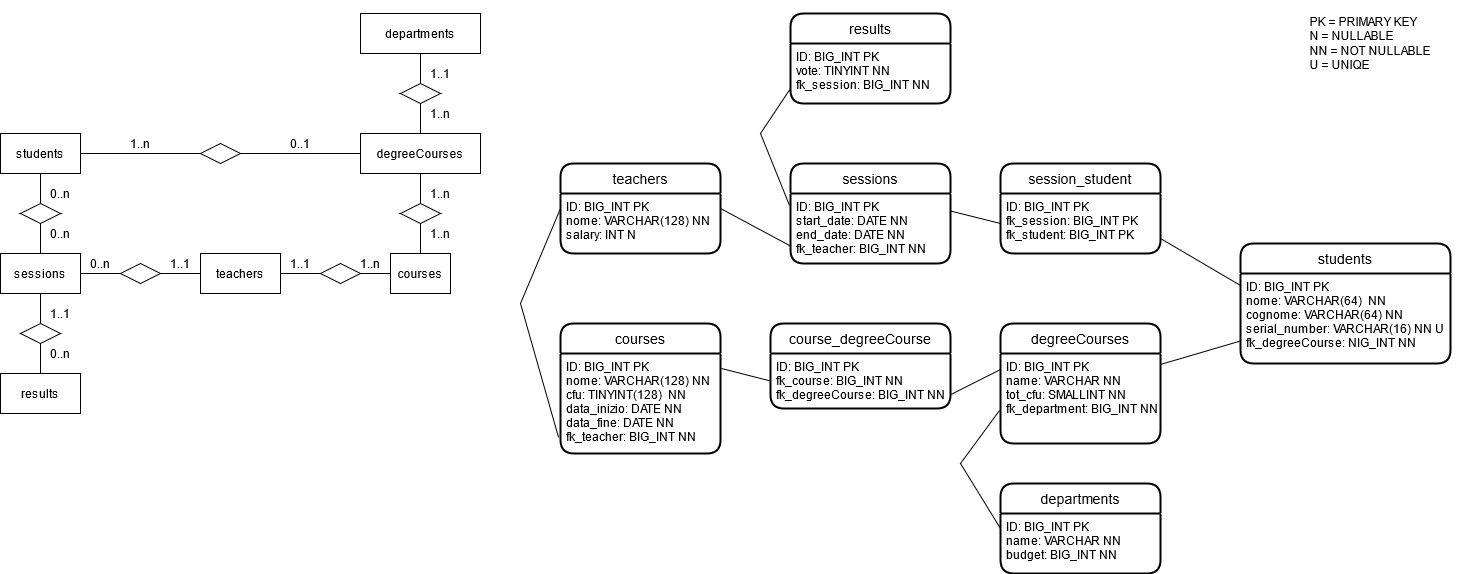
Earlier version of the draw.io export University.png (Lorenzo-Fratini/db-university). Source tidied: cells renumbered, new cells last; positions are measured from the earlier drawing's top-left corner, leaving out a move shared by most shapes.
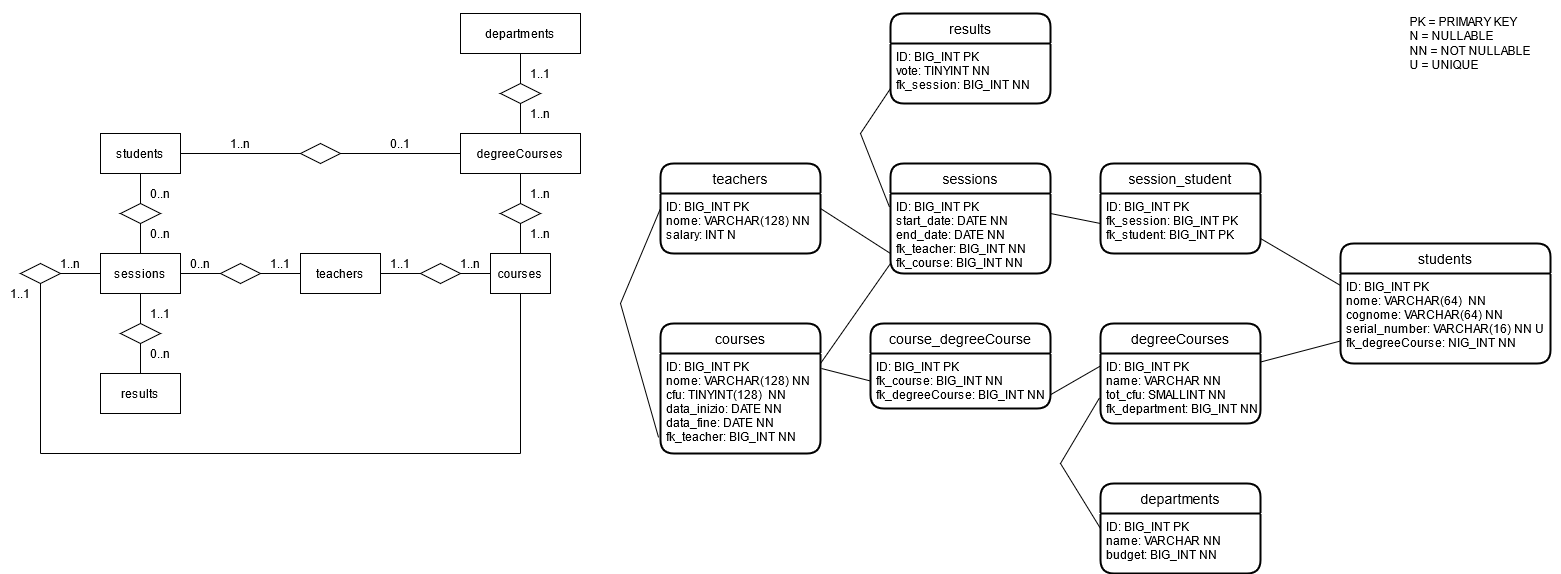
Later version of the same file.

Diff of the diagram source:
```diff
@@ -165,10 +165,10 @@
       <mxGeometry y="30" width="160" height="60" as="geometry" />
     </mxCell>
     <mxCell id="54" value="degreeCourses" style="swimlane;horizontal=1;startSize=30;rounded=1;fontSize=14;fontStyle=0;strokeWidth=2;shadow=0;dashed=0;align=center;" parent="1" vertex="1">
-      <mxGeometry x="1000" y="310" width="160" height="120" as="geometry" />
+      <mxGeometry x="1000" y="310" width="160" height="100" as="geometry" />
     </mxCell>
     <mxCell id="55" value="ID: BIG_INT PK&#10;name: VARCHAR NN&#10;tot_cfu: SMALLINT NN&#10;fk_department: BIG_INT NN&#10;" style="align=left;strokeColor=none;fillColor=none;spacingLeft=4;fontSize=12;verticalAlign=top;" parent="54" vertex="1">
-      <mxGeometry y="30" width="160" height="90" as="geometry" />
+      <mxGeometry y="30" width="160" height="70" as="geometry" />
     </mxCell>
     <mxCell id="56" style="endArrow=none;html=1;rounded=0;exitX=-0.006;exitY=0.633;exitDx=0;exitDy=0;exitPerimeter=0;entryX=0;entryY=0.25;entryDx=0;entryDy=0;" parent="1" edge="1" source="55" target="53">
       <mxGeometry relative="1" as="geometry">
@@ -209,10 +209,10 @@
       </mxGeometry>
     </mxCell>
     <mxCell id="66" value="sessions" style="swimlane;horizontal=1;startSize=30;rounded=1;fontSize=14;fontStyle=0;strokeWidth=2;shadow=0;dashed=0;align=center;" parent="1" vertex="1">
-      <mxGeometry x="790" y="150" width="160" height="100" as="geometry" />
+      <mxGeometry x="790" y="150" width="160" height="110" as="geometry" />
     </mxCell>
-    <mxCell id="67" value="ID: BIG_INT PK&#10;start_date: DATE NN&#10;end_date: DATE NN&#10;fk_teacher: BIG_INT NN&#10;" style="align=left;strokeColor=none;fillColor=none;spacingLeft=4;fontSize=12;verticalAlign=top;" parent="66" vertex="1">
-      <mxGeometry y="30" width="160" height="70" as="geometry" />
+    <mxCell id="67" value="ID: BIG_INT PK&#10;start_date: DATE NN&#10;end_date: DATE NN&#10;fk_teacher: BIG_INT NN&#10;fk_course: BIG_INT NN&#10;" style="align=left;strokeColor=none;fillColor=none;spacingLeft=4;fontSize=12;verticalAlign=top;" parent="66" vertex="1">
+      <mxGeometry y="30" width="160" height="80" as="geometry" />
     </mxCell>
     <mxCell id="68" style="endArrow=none;html=1;rounded=0;exitX=1;exitY=0.25;exitDx=0;exitDy=0;entryX=0;entryY=0.75;entryDx=0;entryDy=0;" parent="1" edge="1" source="64" target="67">
       <mxGeometry relative="1" as="geometry" />
@@ -251,8 +251,39 @@
     <mxCell id="78" style="endArrow=none;html=1;rounded=0;exitX=1;exitY=0.122;exitDx=0;exitDy=0;exitPerimeter=0;entryX=0;entryY=0.75;entryDx=0;entryDy=0;" parent="1" edge="1" source="55" target="70">
       <mxGeometry relative="1" as="geometry" />
     </mxCell>
-    <mxCell id="79" value="&lt;div align=&quot;left&quot;&gt;&lt;br&gt;&lt;/div&gt;&lt;div align=&quot;left&quot;&gt;PK = PRIMARY KEY&lt;br&gt;&lt;/div&gt;&lt;div align=&quot;left&quot;&gt;N = NULLABLE&lt;/div&gt;&lt;div align=&quot;left&quot;&gt;NN = NOT NULLABLE&lt;/div&gt;&lt;div align=&quot;left&quot;&gt;U = UNIQE&lt;br&gt;&lt;/div&gt;&lt;div align=&quot;left&quot;&gt;&lt;br&gt;&lt;/div&gt;" style="text;html=1;strokeColor=none;fillColor=none;align=center;verticalAlign=middle;whiteSpace=wrap;rounded=0;" parent="1" vertex="1">
+    <mxCell id="79" value="&lt;div align=&quot;left&quot;&gt;&lt;br&gt;&lt;/div&gt;&lt;div align=&quot;left&quot;&gt;PK = PRIMARY KEY&lt;br&gt;&lt;/div&gt;&lt;div align=&quot;left&quot;&gt;N = NULLABLE&lt;/div&gt;&lt;div align=&quot;left&quot;&gt;NN = NOT NULLABLE&lt;/div&gt;&lt;div align=&quot;left&quot;&gt;U = UNIQUE&lt;br&gt;&lt;/div&gt;&lt;div align=&quot;left&quot;&gt;&lt;br&gt;&lt;/div&gt;" style="text;html=1;strokeColor=none;fillColor=none;align=center;verticalAlign=middle;whiteSpace=wrap;rounded=0;" parent="1" vertex="1">
       <mxGeometry x="1280" y="20" width="180" height="20" as="geometry" />
     </mxCell>
+    <mxCell id="80" style="endArrow=none;html=1;entryX=0.5;entryY=1;entryDx=0;entryDy=0;" parent="1" edge="1" target="5">
+      <mxGeometry relative="1" as="geometry">
+        <mxPoint x="420" y="440" as="sourcePoint" />
+      </mxGeometry>
+    </mxCell>
+    <mxCell id="81" style="endArrow=none;html=1;" parent="1" edge="1">
+      <mxGeometry relative="1" as="geometry">
+        <mxPoint x="420" y="440" as="sourcePoint" />
+        <mxPoint x="-60" y="440" as="targetPoint" />
+      </mxGeometry>
+    </mxCell>
+    <mxCell id="82" style="endArrow=none;html=1;entryX=0.5;entryY=1;entryDx=0;entryDy=0;entryPerimeter=0;" parent="1" edge="1" target="83">
+      <mxGeometry relative="1" as="geometry">
+        <mxPoint x="-60" y="440" as="sourcePoint" />
+      </mxGeometry>
+    </mxCell>
+    <mxCell id="83" style="rhombus;whiteSpace=wrap;html=1;" parent="1" vertex="1">
+      <mxGeometry x="-80" y="250" width="40" height="20" as="geometry" />
+    </mxCell>
+    <mxCell id="84" style="endArrow=none;html=1;entryX=1;entryY=0.5;entryDx=0;entryDy=0;exitX=0;exitY=0.5;exitDx=0;exitDy=0;" parent="1" edge="1" source="32" target="83">
+      <mxGeometry relative="1" as="geometry" />
+    </mxCell>
+    <mxCell id="85" value="1..n" style="text;html=1;strokeColor=none;fillColor=none;align=center;verticalAlign=middle;whiteSpace=wrap;rounded=0;" parent="1" vertex="1">
+      <mxGeometry x="-50" y="240" width="40" height="20" as="geometry" />
+    </mxCell>
+    <mxCell id="86" value="1..1" style="text;html=1;strokeColor=none;fillColor=none;align=center;verticalAlign=middle;whiteSpace=wrap;rounded=0;" parent="1" vertex="1">
+      <mxGeometry x="-100" y="270" width="40" height="20" as="geometry" />
+    </mxCell>
+    <mxCell id="87" style="endArrow=none;html=1;exitX=1;exitY=0.1;exitDx=0;exitDy=0;exitPerimeter=0;entryX=0;entryY=0.875;entryDx=0;entryDy=0;entryPerimeter=0;" parent="1" edge="1" source="58" target="67">
+      <mxGeometry relative="1" as="geometry" />
+    </mxCell>
   </root>
 </mxGraphModel>
```
